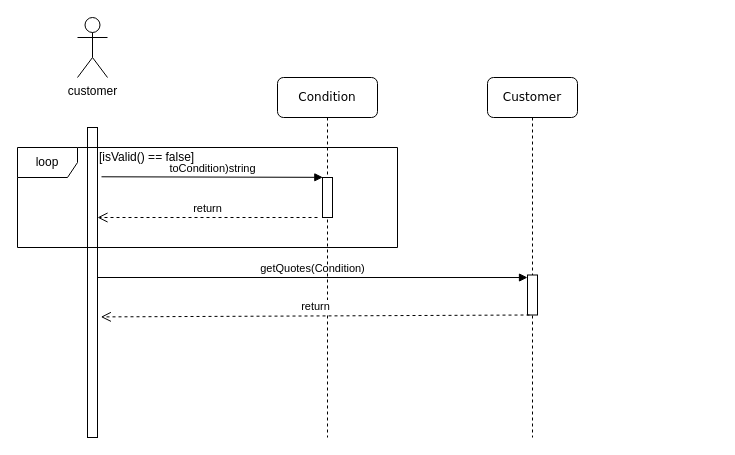
SatoMichi/SE_CW_Bike_Rental_System keeps this draw.io diagram as page "Page-1" (1 of 3) of Diagrams CW2/cw2_sequence_communication.drawio. Above is the earlier version. Source tidied: cells renumbered, new cells numbered last; positions are measured from the earlier drawing's top-left corner, leaving out a move shared by most shapes. Both pictures are drawn from the tidied source at 100%, with x=0, y=0 at pixel (17, 17).
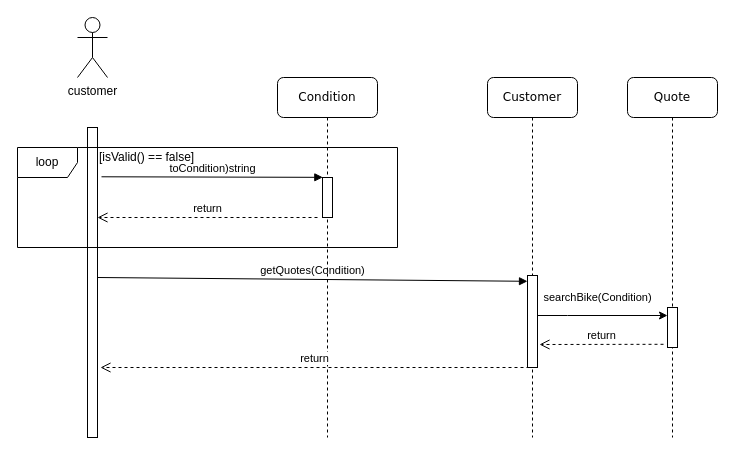
The same diagram, later.

The change refers to these unchanged cells:
```xml
<mxCell id="2" value="Customer" style="shape=umlLifeline;perimeter=lifelinePerimeter;whiteSpace=wrap;html=1;rounded=1;shadow=0;comic=0;labelBackgroundColor=none;strokeColor=#000000;strokeWidth=1;fillColor=#FFFFFF;fontFamily=Verdana;fontSize=12;fontColor=#000000;align=center;" parent="1" vertex="1">
  <mxGeometry x="470" y="60" width="90" height="360" as="geometry" />
</mxCell>
<mxCell id="5" style="html=1;points=[];perimeter=orthogonalPerimeter;" parent="1" vertex="1">
  <mxGeometry x="70" y="110" width="10" height="310" as="geometry" />
</mxCell>
```

What changed in the source:
```diff
@@
     <mxCell id="3" style="html=1;points=[];perimeter=orthogonalPerimeter;rounded=0;shadow=0;comic=0;labelBackgroundColor=none;strokeColor=#000000;strokeWidth=1;fillColor=#FFFFFF;fontFamily=Verdana;fontSize=12;fontColor=#000000;align=center;" parent="2" vertex="1">
-      <mxGeometry x="40" y="197.5" width="10" height="40" as="geometry" />
+      <mxGeometry x="40" y="198" width="10" height="92" as="geometry" />
     </mxCell>
@@
-    <mxCell id="11" value="return" style="html=1;verticalAlign=bottom;endArrow=open;dashed=1;endSize=8;exitX=0.2;exitY=1;exitDx=0;exitDy=0;exitPerimeter=0;entryX=1.333;entryY=0.611;entryDx=0;entryDy=0;entryPerimeter=0;" parent="1" edge="1" source="3" target="5">
-      <mxGeometry relative="1" as="geometry" />
+    <mxCell id="11" value="return" style="html=1;verticalAlign=bottom;endArrow=open;dashed=1;endSize=8;exitX=0.2;exitY=1;exitDx=0;exitDy=0;exitPerimeter=0;" parent="1" edge="1" source="3">
+      <mxGeometry relative="1" as="geometry">
+        <mxPoint x="83" y="350" as="targetPoint" />
+      </mxGeometry>
     </mxCell>
@@
+    <mxCell id="14" value="Quote" style="shape=umlLifeline;perimeter=lifelinePerimeter;whiteSpace=wrap;html=1;rounded=1;shadow=0;comic=0;labelBackgroundColor=none;strokeColor=#000000;strokeWidth=1;fillColor=#FFFFFF;fontFamily=Verdana;fontSize=12;fontColor=#000000;align=center;" parent="1" vertex="1">
+      <mxGeometry x="610" y="60" width="90" height="360" as="geometry" />
+    </mxCell>
+    <mxCell id="15" style="html=1;points=[];perimeter=orthogonalPerimeter;rounded=0;shadow=0;comic=0;labelBackgroundColor=none;strokeColor=#000000;strokeWidth=1;fillColor=#FFFFFF;fontFamily=Verdana;fontSize=12;fontColor=#000000;align=center;" parent="14" vertex="1">
+      <mxGeometry x="40" y="230" width="10" height="40" as="geometry" />
+    </mxCell>
+    <mxCell id="16" value="searchBike(Condition)" style="edgeStyle=orthogonalEdgeStyle;rounded=0;jettySize=auto;html=1;" parent="1" edge="1" source="3" target="15">
+      <mxGeometry x="-0.08" y="18" relative="1" as="geometry">
+        <Array as="points">
+          <mxPoint x="550" y="298" />
+          <mxPoint x="550" y="298" />
+        </Array>
+      </mxGeometry>
+    </mxCell>
+    <mxCell id="17" value="return" style="html=1;verticalAlign=bottom;endArrow=open;dashed=1;endSize=8;exitX=-0.4;exitY=0.92;exitDx=0;exitDy=0;exitPerimeter=0;" parent="1" edge="1" source="15">
+      <mxGeometry relative="1" as="geometry">
+        <mxPoint x="522" y="327" as="targetPoint" />
+      </mxGeometry>
+    </mxCell>
```
